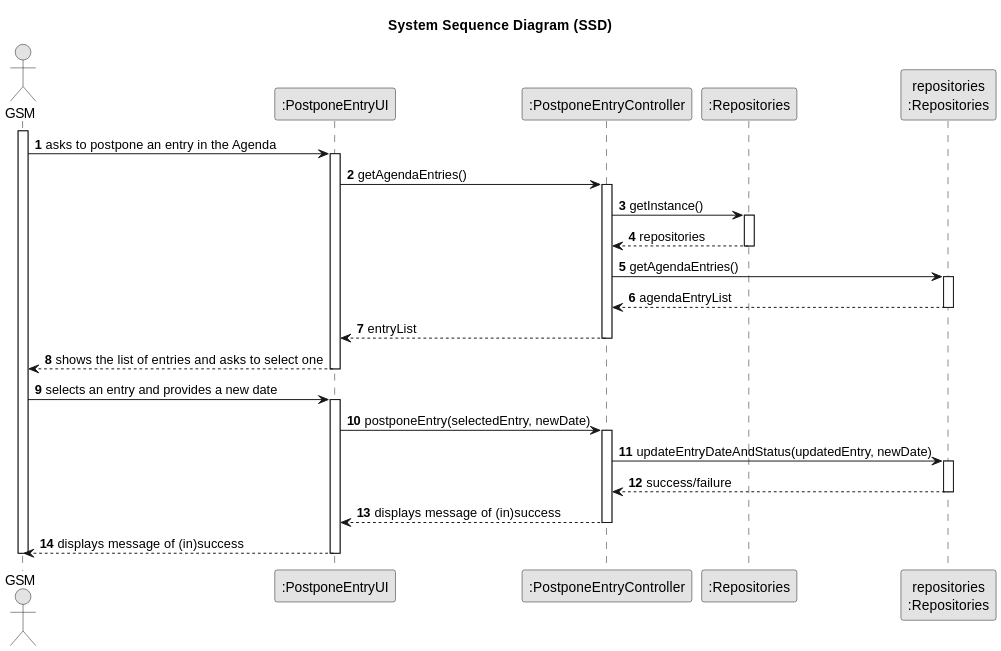
The PlantUML diagram docs/sprintC/us024/03.design/svg/us024-sequence-diagram-System_Sequence_Diagram__SSD_.svg in RicardoMorim/lapr2-ISEP-Project, before a commit.
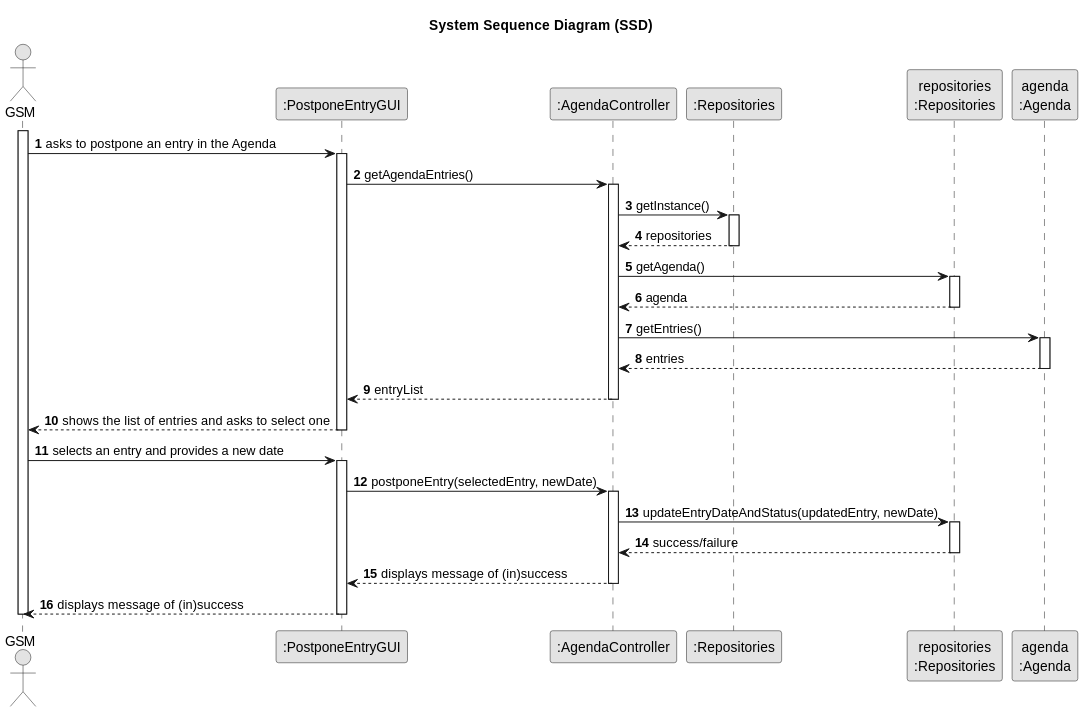
Later version of the same file.

Diff of the diagram source:
```diff
@@ -8,10 +8,11 @@
 autonumber
 
 actor "GSM" as Employee
-participant ":PostponeEntryUI" as UI
-participant ":PostponeEntryController" as CTRL
+participant ":PostponeEntryGUI" as UI
+participant ":AgendaController" as CTRL
 participant ":Repositories" as RepositorySingleton
 participant "repositories\n:Repositories" as AgendaRepo
+participant "agenda\n:Agenda" as AGR
 
 activate Employee
 
@@ -27,11 +28,17 @@
                 RepositorySingleton --> CTRL: repositories
             deactivate RepositorySingleton
 
-            CTRL -> AgendaRepo : getAgendaEntries()
+            CTRL -> AgendaRepo : getAgenda()
             activate AgendaRepo
 
-                AgendaRepo --> CTRL : agendaEntryList
+                AgendaRepo --> CTRL : agenda
             deactivate AgendaRepo
+
+             CTRL -> AGR : getEntries()
+                activate AGR
+
+            AGR --> CTRL : entries
+                deactivate AGR
 
             CTRL --> UI : entryList
         deactivate CTRL
```
